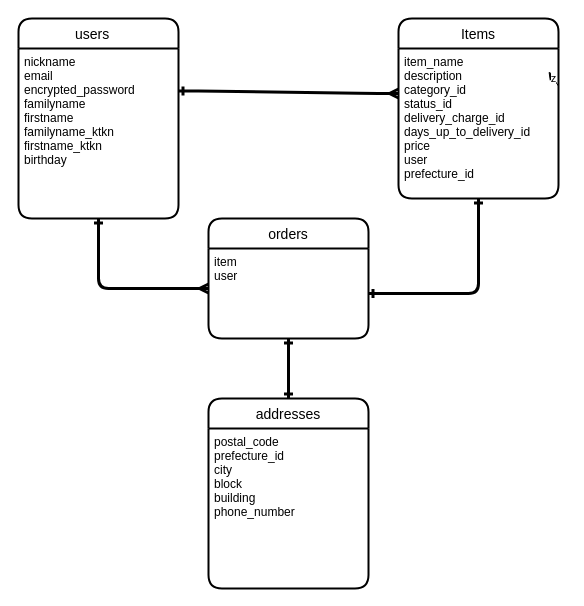
Earlier version of the draw.io diagram ER.dio (cnt1997/furima-37213). Source tidied: cells renumbered, new cells numbered last; positions are measured from the earlier drawing's top-left corner, leaving out a move shared by most shapes. Both pictures are drawn from the tidied source at 100%, with x=0, y=0 at pixel (18, 18).
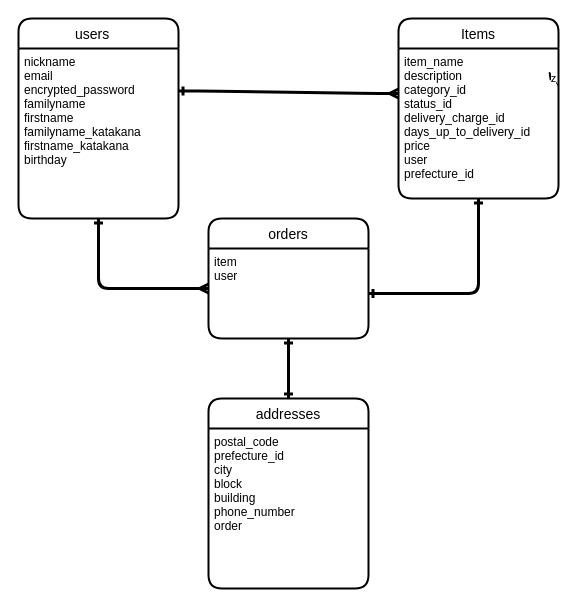
Above is the later version.

Commit message (it also covers changes not shown here):
データベース設計修正3

Diff of the diagram source:
```diff
@@
 <mxGraphModel>
   <root>
     <mxCell id="0" />
     <mxCell id="1" parent="0" />
     <mxCell id="2" value="users   " style="swimlane;horizontal=1;startSize=30;rounded=1;fontSize=14;fontStyle=0;strokeWidth=2;shadow=0;dashed=0;align=center;" parent="1" vertex="1">
       <mxGeometry width="160" height="200" as="geometry" />
     </mxCell>
-    <mxCell id="3" value="nickname&#10;email&#10;encrypted_password&#10;familyname&#10;firstname&#10;familyname_ktkn&#10;firstname_ktkn&#10;birthday" style="align=left;strokeColor=none;fillColor=none;spacingLeft=4;fontSize=12;verticalAlign=top;" parent="2" vertex="1">
+    <mxCell id="3" value="nickname&#10;email&#10;encrypted_password&#10;familyname&#10;firstname&#10;familyname_katakana&#10;firstname_katakana&#10;birthday" style="align=left;strokeColor=none;fillColor=none;spacingLeft=4;fontSize=12;verticalAlign=top;" parent="2" vertex="1">
       <mxGeometry y="30" width="160" height="170" as="geometry" />
     </mxCell>
     <mxCell id="4" value="Items" style="swimlane;horizontal=1;startSize=30;rounded=1;fontSize=14;fontStyle=0;strokeWidth=2;shadow=0;dashed=0;align=center;" parent="1" vertex="1">
       <mxGeometry x="380" width="160" height="180" as="geometry" />
     </mxCell>
     <mxCell id="5" value="item_name&#10;description&#10;category_id&#10;status_id&#10;delivery_charge_id&#10;days_up_to_delivery_id&#10;price&#10;user&#10;prefecture_id" style="align=left;strokeColor=none;fillColor=none;spacingLeft=4;fontSize=12;verticalAlign=top;" parent="4" vertex="1">
       <mxGeometry y="30" width="160" height="150" as="geometry" />
     </mxCell>
     <mxCell id="6" style="edgeStyle=entityRelationEdgeStyle;fontSize=12;html=1;endArrow=ERmany;exitX=1;exitY=0.25;exitDx=0;exitDy=0;targetPerimeterSpacing=5;sourcePerimeterSpacing=5;endSize=5;startSize=5;strokeWidth=3;startArrow=ERone;startFill=0;" parent="1" edge="1" source="3">
       <mxGeometry relative="1" as="geometry">
         <mxPoint x="380" y="75" as="targetPoint" />
       </mxGeometry>
     </mxCell>
     <mxCell id="7" value="z" style="edgeStyle=none;html=1;exitX=1;exitY=0.25;exitDx=0;exitDy=0;targetPerimeterSpacing=6;" parent="1" edge="1" source="5">
       <mxGeometry relative="1" as="geometry">
         <mxPoint x="530" y="53" as="targetPoint" />
       </mxGeometry>
     </mxCell>
     <mxCell id="8" value="orders" style="swimlane;horizontal=1;startSize=30;rounded=1;fontSize=14;fontStyle=0;strokeWidth=2;shadow=0;dashed=0;align=center;" parent="1" vertex="1">
       <mxGeometry x="190" y="200" width="160" height="120" as="geometry" />
     </mxCell>
     <mxCell id="9" value="item&#10;user" style="align=left;strokeColor=none;fillColor=none;spacingLeft=4;fontSize=12;verticalAlign=top;" parent="8" vertex="1">
       <mxGeometry y="30" width="160" height="90" as="geometry" />
     </mxCell>
     <mxCell id="10" value="addresses" style="swimlane;horizontal=1;startSize=30;rounded=1;fontSize=14;fontStyle=0;strokeWidth=2;shadow=0;dashed=0;align=center;" parent="1" vertex="1">
       <mxGeometry x="190" y="380" width="160" height="190" as="geometry" />
     </mxCell>
-    <mxCell id="11" value="postal_code&#10;prefecture_id&#10;city&#10;block&#10;building&#10;phone_number" style="align=left;strokeColor=none;fillColor=none;spacingLeft=4;fontSize=12;verticalAlign=top;" parent="10" vertex="1">
+    <mxCell id="11" value="postal_code&#10;prefecture_id&#10;city&#10;block&#10;building&#10;phone_number&#10;order" style="align=left;strokeColor=none;fillColor=none;spacingLeft=4;fontSize=12;verticalAlign=top;" parent="10" vertex="1">
       <mxGeometry y="30" width="160" height="160" as="geometry" />
     </mxCell>
     <mxCell id="12" style="fontSize=12;html=1;endArrow=ERone;endFill=1;startSize=5;endSize=5;sourcePerimeterSpacing=5;targetPerimeterSpacing=5;strokeWidth=3;exitX=1;exitY=0.5;exitDx=0;exitDy=0;entryX=0.5;entryY=1;entryDx=0;entryDy=0;startArrow=ERone;startFill=0;" parent="1" edge="1" source="9" target="5">
       <mxGeometry relative="1" as="geometry">
         <Array as="points">
           <mxPoint x="460" y="275" />
         </Array>
       </mxGeometry>
     </mxCell>
     <mxCell id="13" style="fontSize=12;html=1;endArrow=ERmany;startSize=5;endSize=5;sourcePerimeterSpacing=5;targetPerimeterSpacing=5;strokeWidth=3;exitX=0.5;exitY=1;exitDx=0;exitDy=0;startArrow=ERone;startFill=0;" parent="1" edge="1" source="3">
       <mxGeometry relative="1" as="geometry">
         <mxPoint x="190" y="270" as="targetPoint" />
         <Array as="points">
           <mxPoint x="80" y="270" />
         </Array>
       </mxGeometry>
     </mxCell>
     <mxCell id="14" style="fontSize=12;html=1;endArrow=ERone;endFill=1;startSize=5;endSize=5;sourcePerimeterSpacing=5;targetPerimeterSpacing=5;strokeWidth=3;exitX=0.5;exitY=1;exitDx=0;exitDy=0;entryX=0.5;entryY=0;entryDx=0;entryDy=0;startArrow=ERone;startFill=0;" parent="1" edge="1" source="9" target="10">
       <mxGeometry relative="1" as="geometry" />
     </mxCell>
   </root>
 </mxGraphModel>
```
